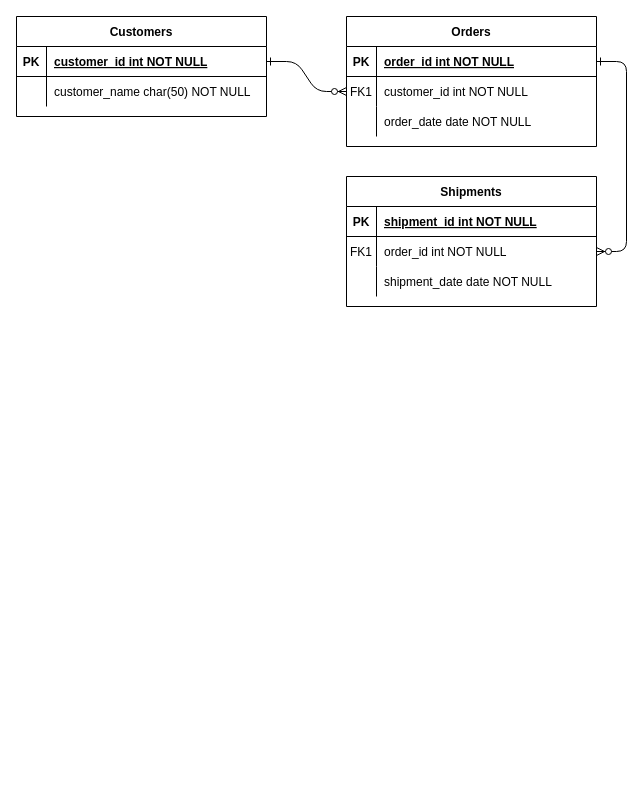
Before: GDI_Final.drawio in aissaevitch/aissaevitch.github.io, a draw.io diagram. Source tidied: cells renumbered, new cells numbered last; positions are measured from the earlier drawing's top-left corner, leaving out a move shared by most shapes. Both pictures are drawn from the tidied source at 100%, with x=0, y=0 at pixel (16, 16).
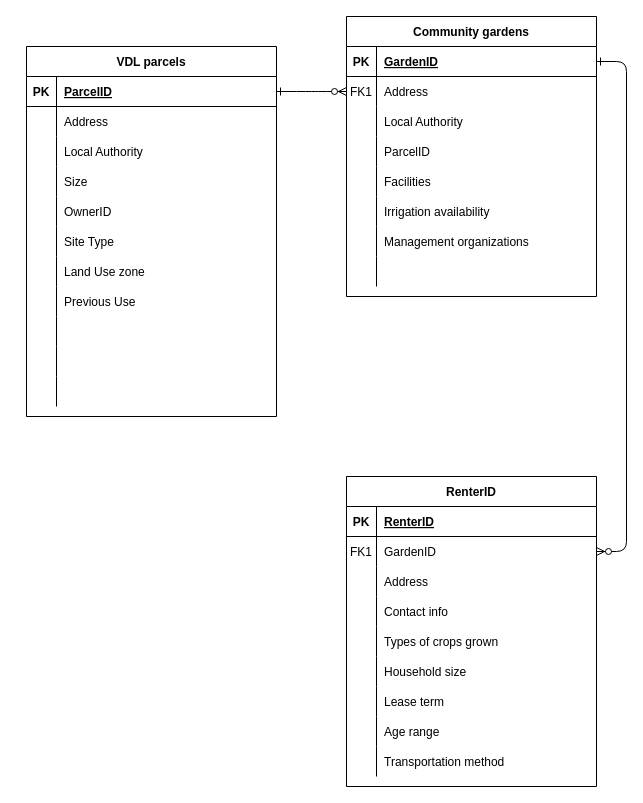
After the change.

Unchanged cells that the change refers to:
```xml
<mxCell id="5" style="shape=partialRectangle;fillColor=none;points=[[0,0.5],[1,0.5]];portConstraint=eastwest;top=0;left=0;right=0;bottom=1;" parent="4" vertex="1">
  <mxGeometry y="30" width="250" height="30" as="geometry" />
</mxCell>
<mxCell id="8" style="shape=partialRectangle;fillColor=none;points=[[0,0.5],[1,0.5]];portConstraint=eastwest;top=0;left=0;right=0;bottom=0;" parent="4" vertex="1">
  <mxGeometry y="60" width="250" height="30" as="geometry" />
</mxCell>
<mxCell id="11" style="shape=partialRectangle;fillColor=none;top=0;left=0;right=0;bottom=0;" parent="4" vertex="1">
  <mxGeometry y="90" width="250" height="30" as="geometry" />
</mxCell>
<mxCell id="15" style="shape=partialRectangle;fillColor=none;top=0;left=0;right=0;bottom=1;" parent="14" vertex="1">
  <mxGeometry y="30" width="250" height="30" as="geometry" />
</mxCell>
<mxCell id="18" style="shape=partialRectangle;fillColor=none;points=[[0,0.5],[1,0.5]];portConstraint=eastwest;top=0;left=0;right=0;bottom=0;" parent="14" vertex="1">
  <mxGeometry y="60" width="250" height="30" as="geometry" />
</mxCell>
<mxCell id="25" style="shape=partialRectangle;fillColor=none;points=[[0,0.5],[1,0.5]];portConstraint=eastwest;top=0;left=0;right=0;bottom=1;" parent="24" vertex="1">
  <mxGeometry y="30" width="250" height="30" as="geometry" />
</mxCell>
<mxCell id="28" style="shape=partialRectangle;fillColor=none;top=0;left=0;right=0;bottom=0;" parent="24" vertex="1">
  <mxGeometry y="60" width="250" height="30" as="geometry" />
</mxCell>
```

The edit, as a diff of the source:
```diff
@@
-    <mxCell id="4" value="Orders" style="shape=table;startSize=30;childLayout=tableLayout;rowLines=0;fontStyle=1;align=center;" parent="1" vertex="1">
-      <mxGeometry x="330" width="250" height="130" as="geometry" />
+    <mxCell id="4" value="Community gardens" style="shape=table;startSize=30;childLayout=tableLayout;rowLines=0;fontStyle=1;align=center;" parent="1" vertex="1">
+      <mxGeometry x="330" width="250" height="280" as="geometry" />
     </mxCell>
@@
-    <mxCell id="7" value="order_id int NOT NULL " style="shape=partialRectangle;overflow=hidden;fillColor=none;top=0;left=0;bottom=0;right=0;align=left;spacingLeft=6;fontStyle=5;" parent="5" vertex="1">
+    <mxCell id="7" value="GardenID " style="shape=partialRectangle;overflow=hidden;fillColor=none;top=0;left=0;bottom=0;right=0;align=left;spacingLeft=6;fontStyle=5;" parent="5" vertex="1">
       <mxGeometry x="30" width="220" height="30" as="geometry" />
     </mxCell>
@@
-    <mxCell id="10" value="customer_id int NOT NULL" style="shape=partialRectangle;overflow=hidden;fillColor=none;top=0;left=0;bottom=0;right=0;align=left;spacingLeft=6;" parent="8" vertex="1">
+    <mxCell id="10" value="Address" style="shape=partialRectangle;overflow=hidden;fillColor=none;top=0;left=0;bottom=0;right=0;align=left;spacingLeft=6;" parent="8" vertex="1">
       <mxGeometry x="30" width="220" height="30" as="geometry" />
     </mxCell>
@@
-    <mxCell id="13" value="order_date date NOT NULL" style="shape=partialRectangle;overflow=hidden;fillColor=none;top=0;left=0;bottom=0;right=0;align=left;spacingLeft=6;" parent="11" vertex="1">
+    <mxCell id="13" value="Local Authority" style="shape=partialRectangle;overflow=hidden;fillColor=none;top=0;left=0;bottom=0;right=0;align=left;spacingLeft=6;" parent="11" vertex="1">
       <mxGeometry x="30" width="220" height="30" as="geometry" />
     </mxCell>
+    <mxCell id="31" style="shape=partialRectangle;fillColor=none;top=0;left=0;right=0;bottom=0;" parent="4" vertex="1">
+      <mxGeometry y="120" width="250" height="30" as="geometry" />
+    </mxCell>
+    <mxCell id="32" style="shape=partialRectangle;overflow=hidden;fillColor=none;top=0;left=0;bottom=0;right=0;" parent="31" vertex="1">
+      <mxGeometry width="30" height="30" as="geometry" />
+    </mxCell>
+    <mxCell id="33" value="ParcelID" style="shape=partialRectangle;overflow=hidden;fillColor=none;top=0;left=0;bottom=0;right=0;align=left;spacingLeft=6;" parent="31" vertex="1">
+      <mxGeometry x="30" width="220" height="30" as="geometry" />
+    </mxCell>
+    <mxCell id="34" style="shape=partialRectangle;fillColor=none;top=0;left=0;right=0;bottom=0;" parent="4" vertex="1">
+      <mxGeometry y="150" width="250" height="30" as="geometry" />
+    </mxCell>
+    <mxCell id="35" style="shape=partialRectangle;overflow=hidden;fillColor=none;top=0;left=0;bottom=0;right=0;" parent="34" vertex="1">
+      <mxGeometry width="30" height="30" as="geometry" />
+    </mxCell>
+    <mxCell id="36" value="Facilities" style="shape=partialRectangle;overflow=hidden;fillColor=none;top=0;left=0;bottom=0;right=0;align=left;spacingLeft=6;" parent="34" vertex="1">
+      <mxGeometry x="30" width="220" height="30" as="geometry" />
+    </mxCell>
+    <mxCell id="37" style="shape=partialRectangle;fillColor=none;top=0;left=0;right=0;bottom=0;" parent="4" vertex="1">
+      <mxGeometry y="180" width="250" height="30" as="geometry" />
+    </mxCell>
+    <mxCell id="38" style="shape=partialRectangle;overflow=hidden;fillColor=none;top=0;left=0;bottom=0;right=0;" parent="37" vertex="1">
+      <mxGeometry width="30" height="30" as="geometry" />
+    </mxCell>
+    <mxCell id="39" value="Irrigation availability" style="shape=partialRectangle;overflow=hidden;fillColor=none;top=0;left=0;bottom=0;right=0;align=left;spacingLeft=6;" parent="37" vertex="1">
+      <mxGeometry x="30" width="220" height="30" as="geometry" />
+    </mxCell>
+    <mxCell id="40" style="shape=partialRectangle;fillColor=none;top=0;left=0;right=0;bottom=0;" parent="4" vertex="1">
+      <mxGeometry y="210" width="250" height="30" as="geometry" />
+    </mxCell>
+    <mxCell id="41" style="shape=partialRectangle;overflow=hidden;fillColor=none;top=0;left=0;bottom=0;right=0;" parent="40" vertex="1">
+      <mxGeometry width="30" height="30" as="geometry" />
+    </mxCell>
+    <mxCell id="42" value="Management organizations" style="shape=partialRectangle;overflow=hidden;fillColor=none;top=0;left=0;bottom=0;right=0;align=left;spacingLeft=6;" parent="40" vertex="1">
+      <mxGeometry x="30" width="220" height="30" as="geometry" />
+    </mxCell>
+    <mxCell id="43" style="shape=partialRectangle;fillColor=none;top=0;left=0;right=0;bottom=0;" parent="4" vertex="1">
+      <mxGeometry y="240" width="250" height="30" as="geometry" />
+    </mxCell>
+    <mxCell id="44" style="shape=partialRectangle;overflow=hidden;fillColor=none;top=0;left=0;bottom=0;right=0;" parent="43" vertex="1">
+      <mxGeometry width="30" height="30" as="geometry" />
+    </mxCell>
+    <mxCell id="45" style="shape=partialRectangle;overflow=hidden;fillColor=none;top=0;left=0;bottom=0;right=0;align=left;spacingLeft=6;" parent="43" vertex="1">
+      <mxGeometry x="30" width="220" height="30" as="geometry" />
+    </mxCell>
-    <mxCell id="14" value="Shipments" style="shape=table;startSize=30;childLayout=tableLayout;rowLines=0;fontStyle=1;align=center;" parent="1" vertex="1">
-      <mxGeometry x="330" y="160" width="250" height="130" as="geometry" />
+    <mxCell id="14" value="RenterID" style="shape=table;startSize=30;childLayout=tableLayout;rowLines=0;fontStyle=1;align=center;" parent="1" vertex="1">
+      <mxGeometry x="330" y="460" width="250" height="310" as="geometry" />
     </mxCell>
@@
-    <mxCell id="17" value="shipment_id int NOT NULL " style="shape=partialRectangle;overflow=hidden;fillColor=none;top=0;left=0;bottom=0;right=0;align=left;spacingLeft=6;fontStyle=5;" parent="15" vertex="1">
+    <mxCell id="17" value="RenterID" style="shape=partialRectangle;overflow=hidden;fillColor=none;top=0;left=0;bottom=0;right=0;align=left;spacingLeft=6;fontStyle=5;" parent="15" vertex="1">
       <mxGeometry x="30" width="220" height="30" as="geometry" />
     </mxCell>
@@
-    <mxCell id="20" value="order_id int NOT NULL" style="shape=partialRectangle;overflow=hidden;fillColor=none;top=0;left=0;bottom=0;right=0;align=left;spacingLeft=6;" parent="18" vertex="1">
+    <mxCell id="20" value="GardenID" style="shape=partialRectangle;overflow=hidden;fillColor=none;top=0;left=0;bottom=0;right=0;align=left;spacingLeft=6;" parent="18" vertex="1">
       <mxGeometry x="30" width="220" height="30" as="geometry" />
     </mxCell>
+    <mxCell id="46" style="shape=partialRectangle;fillColor=none;top=0;left=0;right=0;bottom=0;" parent="14" vertex="1">
+      <mxGeometry y="90" width="250" height="30" as="geometry" />
+    </mxCell>
+    <mxCell id="47" style="shape=partialRectangle;overflow=hidden;fillColor=none;top=0;left=0;bottom=0;right=0;" parent="46" vertex="1">
+      <mxGeometry width="30" height="30" as="geometry" />
+    </mxCell>
+    <mxCell id="48" value="Address" style="shape=partialRectangle;overflow=hidden;fillColor=none;top=0;left=0;bottom=0;right=0;align=left;spacingLeft=6;" parent="46" vertex="1">
+      <mxGeometry x="30" width="220" height="30" as="geometry" />
+    </mxCell>
+    <mxCell id="49" style="shape=partialRectangle;fillColor=none;top=0;left=0;right=0;bottom=0;" parent="14" vertex="1">
+      <mxGeometry y="120" width="250" height="30" as="geometry" />
+    </mxCell>
+    <mxCell id="50" style="shape=partialRectangle;overflow=hidden;fillColor=none;top=0;left=0;bottom=0;right=0;" parent="49" vertex="1">
+      <mxGeometry width="30" height="30" as="geometry" />
+    </mxCell>
+    <mxCell id="51" value="Contact info" style="shape=partialRectangle;overflow=hidden;fillColor=none;top=0;left=0;bottom=0;right=0;align=left;spacingLeft=6;" parent="49" vertex="1">
+      <mxGeometry x="30" width="220" height="30" as="geometry" />
+    </mxCell>
+    <mxCell id="52" style="shape=partialRectangle;fillColor=none;top=0;left=0;right=0;bottom=0;" parent="14" vertex="1">
+      <mxGeometry y="150" width="250" height="30" as="geometry" />
+    </mxCell>
+    <mxCell id="53" style="shape=partialRectangle;overflow=hidden;fillColor=none;top=0;left=0;bottom=0;right=0;" parent="52" vertex="1">
+      <mxGeometry width="30" height="30" as="geometry" />
+    </mxCell>
+    <mxCell id="54" value="Types of crops grown" style="shape=partialRectangle;overflow=hidden;fillColor=none;top=0;left=0;bottom=0;right=0;align=left;spacingLeft=6;" parent="52" vertex="1">
+      <mxGeometry x="30" width="220" height="30" as="geometry" />
+    </mxCell>
+    <mxCell id="55" style="shape=partialRectangle;fillColor=none;top=0;left=0;right=0;bottom=0;" parent="14" vertex="1">
+      <mxGeometry y="180" width="250" height="30" as="geometry" />
+    </mxCell>
+    <mxCell id="56" style="shape=partialRectangle;overflow=hidden;fillColor=none;top=0;left=0;bottom=0;right=0;" parent="55" vertex="1">
+      <mxGeometry width="30" height="30" as="geometry" />
+    </mxCell>
+    <mxCell id="57" value="Household size " style="shape=partialRectangle;overflow=hidden;fillColor=none;top=0;left=0;bottom=0;right=0;align=left;spacingLeft=6;" parent="55" vertex="1">
+      <mxGeometry x="30" width="220" height="30" as="geometry" />
+    </mxCell>
+    <mxCell id="58" style="shape=partialRectangle;fillColor=none;top=0;left=0;right=0;bottom=0;" parent="14" vertex="1">
+      <mxGeometry y="210" width="250" height="30" as="geometry" />
+    </mxCell>
+    <mxCell id="59" style="shape=partialRectangle;overflow=hidden;fillColor=none;top=0;left=0;bottom=0;right=0;" parent="58" vertex="1">
+      <mxGeometry width="30" height="30" as="geometry" />
+    </mxCell>
+    <mxCell id="60" value="Lease term " style="shape=partialRectangle;overflow=hidden;fillColor=none;top=0;left=0;bottom=0;right=0;align=left;spacingLeft=6;" parent="58" vertex="1">
+      <mxGeometry x="30" width="220" height="30" as="geometry" />
+    </mxCell>
+    <mxCell id="61" style="shape=partialRectangle;fillColor=none;top=0;left=0;right=0;bottom=0;" parent="14" vertex="1">
+      <mxGeometry y="240" width="250" height="30" as="geometry" />
+    </mxCell>
+    <mxCell id="62" style="shape=partialRectangle;overflow=hidden;fillColor=none;top=0;left=0;bottom=0;right=0;" parent="61" vertex="1">
+      <mxGeometry width="30" height="30" as="geometry" />
+    </mxCell>
+    <mxCell id="63" value="Age range" style="shape=partialRectangle;overflow=hidden;fillColor=none;top=0;left=0;bottom=0;right=0;align=left;spacingLeft=6;" parent="61" vertex="1">
+      <mxGeometry x="30" width="220" height="30" as="geometry" />
+    </mxCell>
     <mxCell id="21" style="shape=partialRectangle;fillColor=none;top=0;left=0;right=0;bottom=0;" parent="14" vertex="1">
-      <mxGeometry y="90" width="250" height="30" as="geometry" />
+      <mxGeometry y="270" width="250" height="30" as="geometry" />
     </mxCell>
@@
-    <mxCell id="23" value="shipment_date date NOT NULL" style="shape=partialRectangle;overflow=hidden;fillColor=none;top=0;left=0;bottom=0;right=0;align=left;spacingLeft=6;" parent="21" vertex="1">
+    <mxCell id="23" value="Transportation method " style="shape=partialRectangle;overflow=hidden;fillColor=none;top=0;left=0;bottom=0;right=0;align=left;spacingLeft=6;" parent="21" vertex="1">
       <mxGeometry x="30" width="220" height="30" as="geometry" />
     </mxCell>
-    <mxCell id="24" value="Customers" style="shape=table;startSize=30;childLayout=tableLayout;rowLines=0;fontStyle=1;align=center;" parent="1" vertex="1">
-      <mxGeometry width="250" height="100" as="geometry" />
+    <mxCell id="24" value="VDL parcels" style="shape=table;startSize=30;childLayout=tableLayout;rowLines=0;fontStyle=1;align=center;" parent="1" vertex="1">
+      <mxGeometry x="10" y="30" width="250" height="370" as="geometry" />
     </mxCell>
@@
-    <mxCell id="27" value="customer_id int NOT NULL " style="shape=partialRectangle;overflow=hidden;fillColor=none;top=0;left=0;bottom=0;right=0;align=left;spacingLeft=6;fontStyle=5;" parent="25" vertex="1">
+    <mxCell id="27" value="ParcelID" style="shape=partialRectangle;overflow=hidden;fillColor=none;top=0;left=0;bottom=0;right=0;align=left;spacingLeft=6;fontStyle=5;" parent="25" vertex="1">
       <mxGeometry x="30" width="220" height="30" as="geometry" />
     </mxCell>
@@
-    <mxCell id="30" value="customer_name char(50) NOT NULL" style="shape=partialRectangle;overflow=hidden;fillColor=none;top=0;left=0;bottom=0;right=0;align=left;spacingLeft=6;" parent="28" vertex="1">
+    <mxCell id="30" value="Address" style="shape=partialRectangle;overflow=hidden;fillColor=none;top=0;left=0;bottom=0;right=0;align=left;spacingLeft=6;" parent="28" vertex="1">
       <mxGeometry x="30" width="220" height="30" as="geometry" />
     </mxCell>
+    <mxCell id="64" style="shape=partialRectangle;fillColor=none;top=0;left=0;right=0;bottom=0;" parent="24" vertex="1">
+      <mxGeometry y="90" width="250" height="30" as="geometry" />
+    </mxCell>
+    <mxCell id="65" style="shape=partialRectangle;overflow=hidden;fillColor=none;top=0;left=0;bottom=0;right=0;" parent="64" vertex="1">
+      <mxGeometry width="30" height="30" as="geometry" />
+    </mxCell>
+    <mxCell id="66" value="Local Authority" style="shape=partialRectangle;overflow=hidden;fillColor=none;top=0;left=0;bottom=0;right=0;align=left;spacingLeft=6;" parent="64" vertex="1">
+      <mxGeometry x="30" width="220" height="30" as="geometry" />
+    </mxCell>
+    <mxCell id="67" style="shape=partialRectangle;fillColor=none;top=0;left=0;right=0;bottom=0;" parent="24" vertex="1">
+      <mxGeometry y="120" width="250" height="30" as="geometry" />
+    </mxCell>
+    <mxCell id="68" style="shape=partialRectangle;overflow=hidden;fillColor=none;top=0;left=0;bottom=0;right=0;" parent="67" vertex="1">
+      <mxGeometry width="30" height="30" as="geometry" />
+    </mxCell>
+    <mxCell id="69" value="Size" style="shape=partialRectangle;overflow=hidden;fillColor=none;top=0;left=0;bottom=0;right=0;align=left;spacingLeft=6;" parent="67" vertex="1">
+      <mxGeometry x="30" width="220" height="30" as="geometry" />
+    </mxCell>
+    <mxCell id="70" style="shape=partialRectangle;fillColor=none;top=0;left=0;right=0;bottom=0;" parent="24" vertex="1">
+      <mxGeometry y="150" width="250" height="30" as="geometry" />
+    </mxCell>
+    <mxCell id="71" style="shape=partialRectangle;overflow=hidden;fillColor=none;top=0;left=0;bottom=0;right=0;" parent="70" vertex="1">
+      <mxGeometry width="30" height="30" as="geometry" />
+    </mxCell>
+    <mxCell id="72" value="OwnerID" style="shape=partialRectangle;overflow=hidden;fillColor=none;top=0;left=0;bottom=0;right=0;align=left;spacingLeft=6;" parent="70" vertex="1">
+      <mxGeometry x="30" width="220" height="30" as="geometry" />
+    </mxCell>
+    <mxCell id="73" style="shape=partialRectangle;fillColor=none;top=0;left=0;right=0;bottom=0;" parent="24" vertex="1">
+      <mxGeometry y="180" width="250" height="30" as="geometry" />
+    </mxCell>
+    <mxCell id="74" style="shape=partialRectangle;overflow=hidden;fillColor=none;top=0;left=0;bottom=0;right=0;" parent="73" vertex="1">
+      <mxGeometry width="30" height="30" as="geometry" />
+    </mxCell>
+    <mxCell id="75" value="Site Type" style="shape=partialRectangle;overflow=hidden;fillColor=none;top=0;left=0;bottom=0;right=0;align=left;spacingLeft=6;" parent="73" vertex="1">
+      <mxGeometry x="30" width="220" height="30" as="geometry" />
+    </mxCell>
+    <mxCell id="76" style="shape=partialRectangle;fillColor=none;top=0;left=0;right=0;bottom=0;" parent="24" vertex="1">
+      <mxGeometry y="210" width="250" height="30" as="geometry" />
+    </mxCell>
+    <mxCell id="77" style="shape=partialRectangle;overflow=hidden;fillColor=none;top=0;left=0;bottom=0;right=0;" parent="76" vertex="1">
+      <mxGeometry width="30" height="30" as="geometry" />
+    </mxCell>
+    <mxCell id="78" value="Land Use zone" style="shape=partialRectangle;overflow=hidden;fillColor=none;top=0;left=0;bottom=0;right=0;align=left;spacingLeft=6;" parent="76" vertex="1">
+      <mxGeometry x="30" width="220" height="30" as="geometry" />
+    </mxCell>
+    <mxCell id="79" style="shape=partialRectangle;fillColor=none;top=0;left=0;right=0;bottom=0;" parent="24" vertex="1">
+      <mxGeometry y="240" width="250" height="30" as="geometry" />
+    </mxCell>
+    <mxCell id="80" style="shape=partialRectangle;overflow=hidden;fillColor=none;top=0;left=0;bottom=0;right=0;" parent="79" vertex="1">
+      <mxGeometry width="30" height="30" as="geometry" />
+    </mxCell>
+    <mxCell id="81" value="Previous Use" style="shape=partialRectangle;overflow=hidden;fillColor=none;top=0;left=0;bottom=0;right=0;align=left;spacingLeft=6;" parent="79" vertex="1">
+      <mxGeometry x="30" width="220" height="30" as="geometry" />
+    </mxCell>
+    <mxCell id="82" style="shape=partialRectangle;fillColor=none;top=0;left=0;right=0;bottom=0;" parent="24" vertex="1">
+      <mxGeometry y="270" width="250" height="30" as="geometry" />
+    </mxCell>
+    <mxCell id="83" style="shape=partialRectangle;overflow=hidden;fillColor=none;top=0;left=0;bottom=0;right=0;" parent="82" vertex="1">
+      <mxGeometry width="30" height="30" as="geometry" />
+    </mxCell>
+    <mxCell id="84" style="shape=partialRectangle;overflow=hidden;fillColor=none;top=0;left=0;bottom=0;right=0;align=left;spacingLeft=6;" parent="82" vertex="1">
+      <mxGeometry x="30" width="220" height="30" as="geometry" />
+    </mxCell>
+    <mxCell id="85" style="shape=partialRectangle;fillColor=none;top=0;left=0;right=0;bottom=0;" parent="24" vertex="1">
+      <mxGeometry y="300" width="250" height="30" as="geometry" />
+    </mxCell>
+    <mxCell id="86" style="shape=partialRectangle;overflow=hidden;fillColor=none;top=0;left=0;bottom=0;right=0;" parent="85" vertex="1">
+      <mxGeometry width="30" height="30" as="geometry" />
+    </mxCell>
+    <mxCell id="87" style="shape=partialRectangle;overflow=hidden;fillColor=none;top=0;left=0;bottom=0;right=0;align=left;spacingLeft=6;" parent="85" vertex="1">
+      <mxGeometry x="30" width="220" height="30" as="geometry" />
+    </mxCell>
+    <mxCell id="88" style="shape=partialRectangle;fillColor=none;top=0;left=0;right=0;bottom=0;" parent="24" vertex="1">
+      <mxGeometry y="330" width="250" height="30" as="geometry" />
+    </mxCell>
+    <mxCell id="89" style="shape=partialRectangle;overflow=hidden;fillColor=none;top=0;left=0;bottom=0;right=0;" parent="88" vertex="1">
+      <mxGeometry width="30" height="30" as="geometry" />
+    </mxCell>
+    <mxCell id="90" style="shape=partialRectangle;overflow=hidden;fillColor=none;top=0;left=0;bottom=0;right=0;align=left;spacingLeft=6;" parent="88" vertex="1">
+      <mxGeometry x="30" width="220" height="30" as="geometry" />
+    </mxCell>
```
